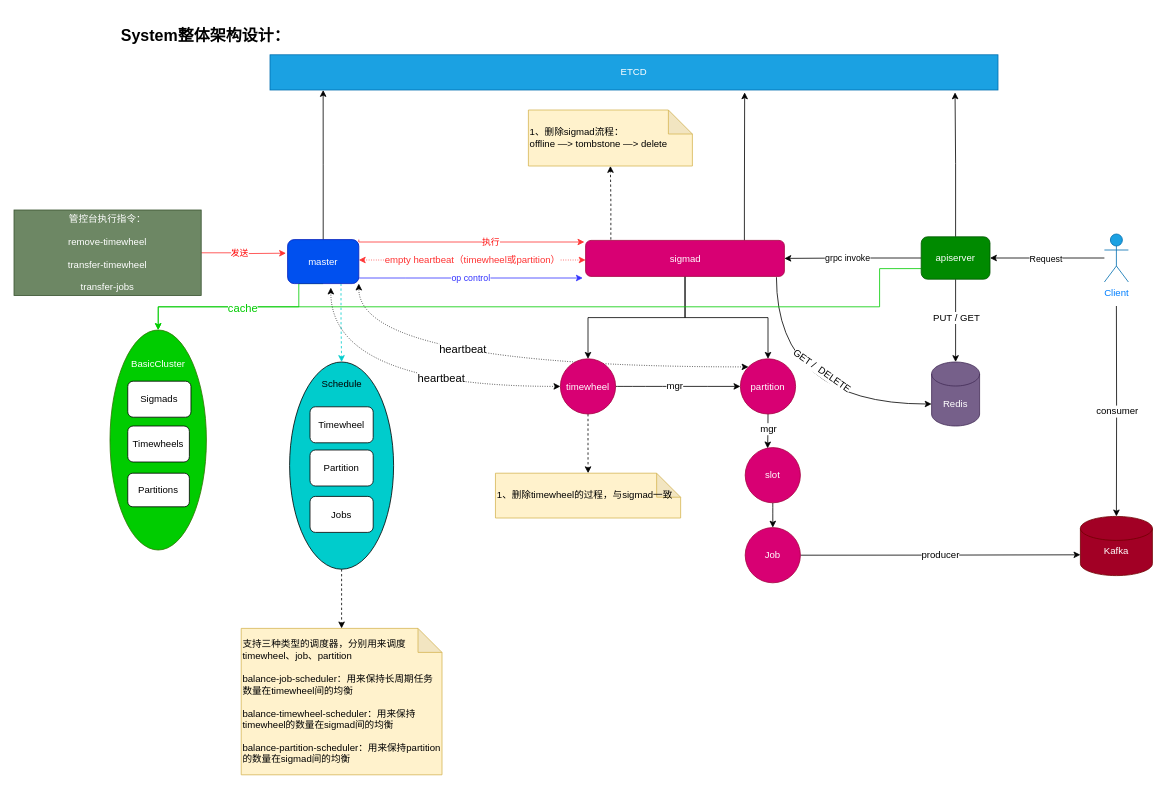
Above: sigmax.drawio in gitcodeporter/draw-uml (draw.io), before the change. Source tidied: cells renumbered, new cells numbered last; positions are measured from the earlier drawing's top-left corner, leaving out a move shared by most shapes. Both pictures are drawn from the tidied source at 80%, with x=0, y=0 at pixel (14, 14).
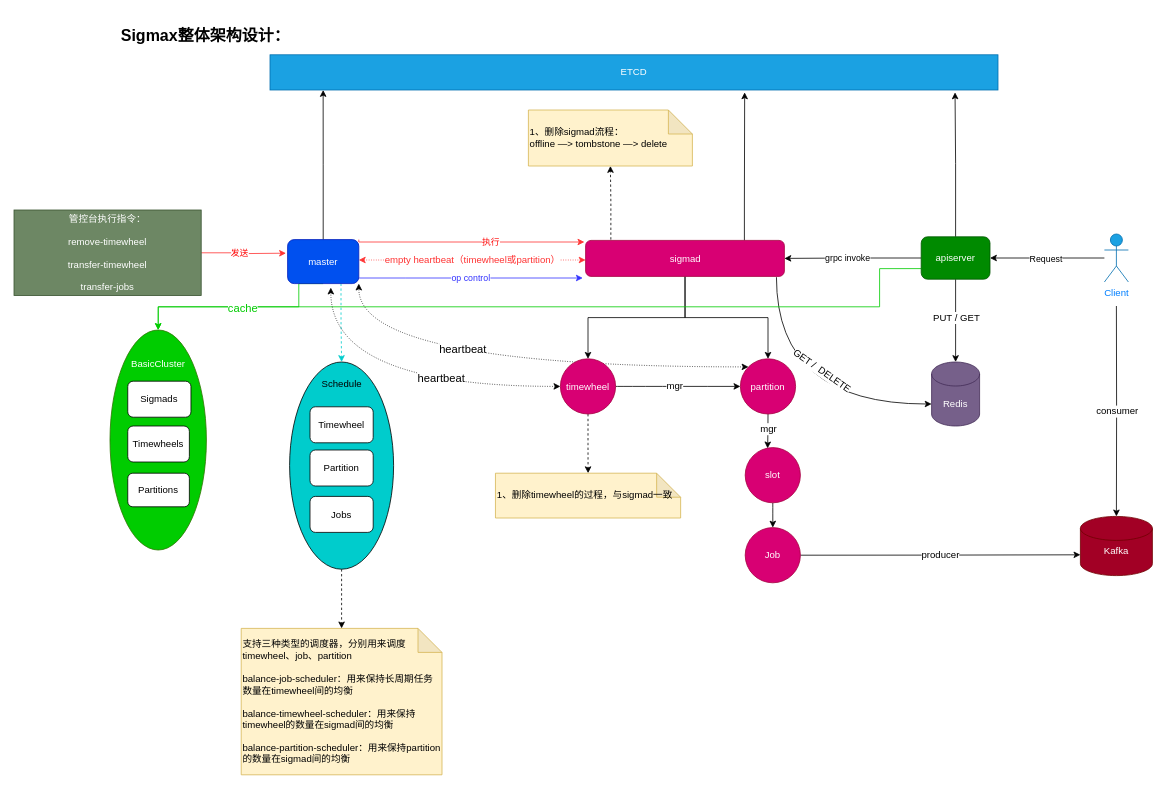
After the change.

What changed in the source:
```diff
@@
-    <mxCell id="56" value="System整体架构设计：" style="text;html=1;strokeColor=none;fillColor=none;align=center;verticalAlign=middle;whiteSpace=wrap;rounded=0;fontSize=20;fontStyle=1;" parent="1" vertex="1">
+    <mxCell id="56" value="Sigmax整体架构设计：" style="text;html=1;strokeColor=none;fillColor=none;align=center;verticalAlign=middle;whiteSpace=wrap;rounded=0;fontSize=20;fontStyle=1;" parent="1" vertex="1">
       <mxGeometry x="120" width="238.8" height="51" as="geometry" />
     </mxCell>
```
